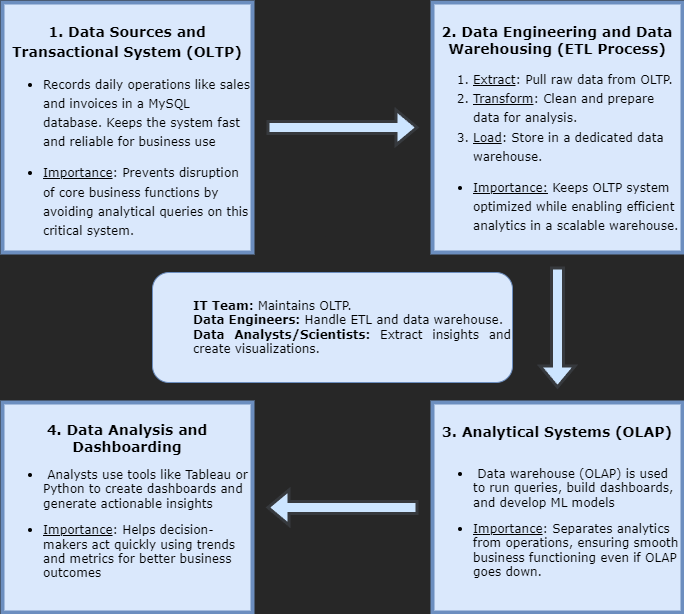
Above: Documentation/Untitled Diagram.drawio.png in amruth38/AtliQ-Hardware-Tableau-Sales-Analysis (draw.io), before the change. Source tidied: cells renumbered, new cells last; positions are measured from the earlier drawing's top-left corner, leaving out a move shared by most shapes. The source it was exported from:
```xml
<mxGraphModel background="#272727">
  <root>
    <mxCell id="0" />
    <mxCell id="1" parent="0" />
    <mxCell id="2" style="edgeStyle=orthogonalEdgeStyle;rounded=0;jettySize=auto;html=1;shape=flexArrow;fontFamily=Verdana;labelBackgroundColor=none;fontColor=default;strokeWidth=3;fillColor=#cce5ff;strokeColor=#36393d;" parent="1" edge="1" source="8" target="3">
      <mxGeometry relative="1" as="geometry" />
    </mxCell>
    <mxCell id="3" value="&lt;div style=&quot;&quot;&gt;&lt;b&gt;&lt;font style=&quot;font-size: 14px;&quot;&gt;4. Data Analysis and Dashboarding&lt;/font&gt;&lt;/b&gt;&lt;/div&gt;&lt;div style=&quot;&quot;&gt;&lt;ul&gt;&lt;li style=&quot;text-align: left;&quot;&gt;&amp;nbsp;Analysts use tools like Tableau or Python to create dashboards and generate actionable insights&lt;/li&gt;&lt;/ul&gt;&lt;ul&gt;&lt;li style=&quot;text-align: left;&quot;&gt;&lt;u&gt;Importance&lt;/u&gt;: Helps decision-makers act quickly using trends and metrics for better business outcomes&lt;/li&gt;&lt;/ul&gt;&lt;/div&gt;" style="rounded=0;whiteSpace=wrap;html=1;fontFamily=Verdana;labelBackgroundColor=none;strokeWidth=4;perimeterSpacing=14;fillColor=#dae8fc;strokeColor=#6c8ebf;direction=west;" parent="1" vertex="1">
      <mxGeometry y="400" width="250" height="210" as="geometry" />
    </mxCell>
    <mxCell id="4" style="edgeStyle=orthogonalEdgeStyle;rounded=0;jettySize=auto;html=1;endArrow=classic;endFill=1;shape=flexArrow;fontFamily=Verdana;labelBackgroundColor=none;fontColor=default;strokeWidth=3;fillColor=#cce5ff;strokeColor=#36393d;" parent="1" edge="1" source="5" target="7">
      <mxGeometry relative="1" as="geometry" />
    </mxCell>
    <mxCell id="5" value="&lt;div style=&quot;line-height: 160%;&quot;&gt;&lt;span style=&quot;background-color: initial;&quot;&gt;&lt;br&gt;&lt;/span&gt;&lt;/div&gt;&lt;div style=&quot;line-height: 160%;&quot;&gt;&lt;span style=&quot;background-color: initial;&quot;&gt;&lt;b&gt;&lt;font style=&quot;font-size: 14px;&quot;&gt;1. Data Sources and Transactional System (OLTP)&lt;/font&gt;&lt;/b&gt;&lt;/span&gt;&lt;/div&gt;&lt;div style=&quot;line-height: 160%;&quot;&gt;&lt;ul&gt;&lt;li style=&quot;text-align: left;&quot;&gt;&lt;span style=&quot;background-color: initial;&quot;&gt;Records daily operations like sales and invoices in a MySQL database. Keeps the system fast and reliable for business use&lt;/span&gt;&lt;/li&gt;&lt;/ul&gt;&lt;ul&gt;&lt;li style=&quot;text-align: left;&quot;&gt;&lt;u&gt;Importance&lt;/u&gt;: Prevents disruption of core business functions by avoiding analytical queries on this critical system.&lt;/li&gt;&lt;/ul&gt;&lt;/div&gt;" style="rounded=0;whiteSpace=wrap;html=1;fontFamily=Verdana;labelBackgroundColor=none;strokeWidth=4;perimeterSpacing=14;fillColor=#dae8fc;strokeColor=#6c8ebf;rotation=0;" parent="1" vertex="1">
      <mxGeometry width="250" height="250" as="geometry" />
    </mxCell>
    <mxCell id="6" style="edgeStyle=orthogonalEdgeStyle;rounded=0;jettySize=auto;html=1;shape=flexArrow;fontFamily=Verdana;labelBackgroundColor=none;fontColor=default;labelBorderColor=default;strokeWidth=3;fillColor=#cce5ff;strokeColor=#36393d;" parent="1" edge="1" source="7" target="8">
      <mxGeometry relative="1" as="geometry" />
    </mxCell>
    <mxCell id="7" value="&lt;div style=&quot;&quot;&gt;&lt;b&gt;&lt;font style=&quot;font-size: 14px;&quot;&gt;&lt;br&gt;&lt;/font&gt;&lt;/b&gt;&lt;/div&gt;&lt;div style=&quot;&quot;&gt;&lt;b&gt;&lt;font style=&quot;font-size: 14px;&quot;&gt;2. Data Engineering and Data Warehousing (ETL Process)&lt;/font&gt;&lt;/b&gt;&lt;/div&gt;&lt;div style=&quot;line-height: 160%;&quot;&gt;&lt;ol&gt;&lt;li style=&quot;text-align: left;&quot;&gt;&lt;u style=&quot;background-color: initial;&quot;&gt;Extract&lt;/u&gt;&lt;span style=&quot;background-color: initial;&quot;&gt;: Pull raw data from OLTP.&lt;/span&gt;&lt;/li&gt;&lt;li style=&quot;text-align: left;&quot;&gt;&lt;u style=&quot;background-color: initial;&quot;&gt;Transform&lt;/u&gt;&lt;span style=&quot;background-color: initial;&quot;&gt;: Clean and prepare data for analysis.&amp;nbsp;&lt;/span&gt;&lt;/li&gt;&lt;li style=&quot;text-align: left;&quot;&gt;&lt;u style=&quot;background-color: initial;&quot;&gt;Load&lt;/u&gt;&lt;span style=&quot;background-color: initial;&quot;&gt;: Store in a dedicated data warehouse.&lt;/span&gt;&lt;/li&gt;&lt;/ol&gt;&lt;ul&gt;&lt;li style=&quot;text-align: left;&quot;&gt;&lt;u&gt;Importance:&lt;/u&gt;&amp;nbsp;Keeps OLTP system optimized while enabling efficient analytics in a scalable warehouse.&lt;br&gt;&lt;/li&gt;&lt;/ul&gt;&lt;/div&gt;" style="rounded=0;whiteSpace=wrap;html=1;fontFamily=Verdana;labelBackgroundColor=none;strokeWidth=4;perimeterSpacing=14;fillColor=#dae8fc;strokeColor=#6c8ebf;" parent="1" vertex="1">
      <mxGeometry x="430" width="250" height="250" as="geometry" />
    </mxCell>
    <mxCell id="8" value="&lt;div style=&quot;&quot;&gt;&lt;span style=&quot;background-color: initial;&quot;&gt;&lt;b&gt;&lt;font style=&quot;font-size: 14px;&quot;&gt;3. Analytical Systems (OLAP)&lt;/font&gt;&lt;/b&gt;&lt;/span&gt;&lt;/div&gt;&lt;div style=&quot;&quot;&gt;&lt;br&gt;&lt;/div&gt;&lt;div style=&quot;&quot;&gt;&lt;ul&gt;&lt;li style=&quot;text-align: left;&quot;&gt;&amp;nbsp;Data warehouse (OLAP) is used to run queries, build dashboards, and develop ML models&lt;/li&gt;&lt;/ul&gt;&lt;ul&gt;&lt;li style=&quot;text-align: left;&quot;&gt;&lt;u&gt;Importance&lt;/u&gt;: Separates analytics from operations, ensuring smooth business functioning even if OLAP goes down.&lt;/li&gt;&lt;/ul&gt;&lt;/div&gt;" style="rounded=0;whiteSpace=wrap;html=1;fontFamily=Verdana;labelBackgroundColor=none;strokeWidth=4;perimeterSpacing=14;fillColor=#dae8fc;strokeColor=#6c8ebf;" parent="1" vertex="1">
      <mxGeometry x="430" y="400" width="250" height="210" as="geometry" />
    </mxCell>
    <mxCell id="9" value="&lt;blockquote style=&quot;margin: 0 0 0 40px; border: none; padding: 0px;&quot;&gt;&lt;div style=&quot;text-align: justify;&quot;&gt;&lt;strong style=&quot;background-color: initial; font-family: Verdana;&quot;&gt;IT Team:&lt;/strong&gt;&lt;span style=&quot;background-color: initial; font-family: Verdana;&quot;&gt;&amp;nbsp;Maintains OLTP.&lt;/span&gt;&lt;/div&gt;&lt;strong style=&quot;background-color: initial; font-family: Verdana;&quot;&gt;&lt;div style=&quot;text-align: justify;&quot;&gt;&lt;strong style=&quot;background-color: initial;&quot;&gt;Data Engineers:&lt;/strong&gt;&lt;span style=&quot;background-color: initial; font-weight: normal;&quot;&gt;&amp;nbsp;Handle ETL and data warehouse.&lt;/span&gt;&lt;/div&gt;&lt;/strong&gt;&lt;strong style=&quot;font-family: Verdana; background-color: initial;&quot;&gt;&lt;div style=&quot;text-align: justify;&quot;&gt;&lt;strong style=&quot;background-color: initial;&quot;&gt;Data Analysts/Scientists:&lt;/strong&gt;&lt;span style=&quot;background-color: initial; font-weight: normal;&quot;&gt;&amp;nbsp;Extract insights and create visualizations.&lt;/span&gt;&lt;/div&gt;&lt;/strong&gt;&lt;/blockquote&gt;" style="rounded=1;whiteSpace=wrap;html=1;align=center;labelBackgroundColor=none;fillColor=#dae8fc;strokeColor=#6c8ebf;" parent="1" vertex="1">
      <mxGeometry x="150" y="270" width="360" height="110" as="geometry" />
    </mxCell>
  </root>
</mxGraphModel>
```
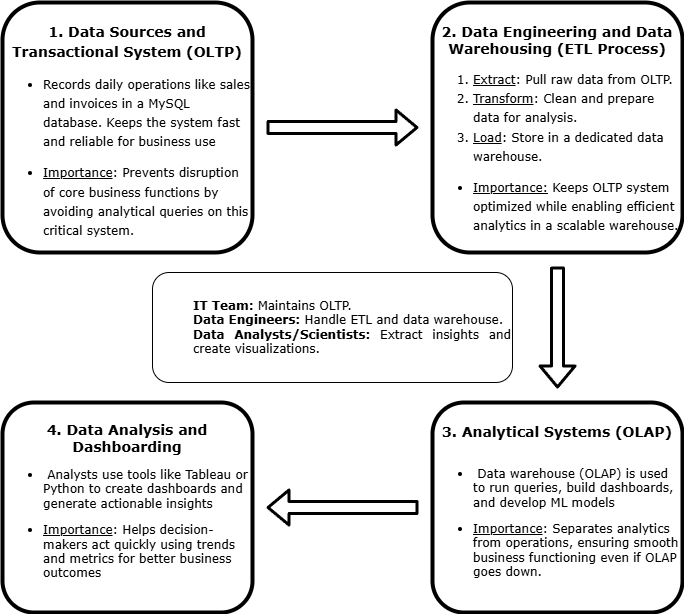
Later version of the same file.

The edit, as a diff of the source:
```diff
@@ -1,29 +1,29 @@
-<mxGraphModel background="#272727">
+<mxGraphModel background="#ffffff">
   <root>
     <mxCell id="0" />
     <mxCell id="1" parent="0" />
-    <mxCell id="2" style="edgeStyle=orthogonalEdgeStyle;rounded=0;jettySize=auto;html=1;shape=flexArrow;fontFamily=Verdana;labelBackgroundColor=none;fontColor=default;strokeWidth=3;fillColor=#cce5ff;strokeColor=#36393d;" parent="1" edge="1" source="8" target="3">
+    <mxCell id="2" style="edgeStyle=orthogonalEdgeStyle;rounded=1;jettySize=auto;html=1;shape=flexArrow;fontFamily=Verdana;labelBackgroundColor=none;fontColor=default;strokeWidth=3;" parent="1" edge="1" source="8" target="3">
       <mxGeometry relative="1" as="geometry" />
     </mxCell>
-    <mxCell id="3" value="&lt;div style=&quot;&quot;&gt;&lt;b&gt;&lt;font style=&quot;font-size: 14px;&quot;&gt;4. Data Analysis and Dashboarding&lt;/font&gt;&lt;/b&gt;&lt;/div&gt;&lt;div style=&quot;&quot;&gt;&lt;ul&gt;&lt;li style=&quot;text-align: left;&quot;&gt;&amp;nbsp;Analysts use tools like Tableau or Python to create dashboards and generate actionable insights&lt;/li&gt;&lt;/ul&gt;&lt;ul&gt;&lt;li style=&quot;text-align: left;&quot;&gt;&lt;u&gt;Importance&lt;/u&gt;: Helps decision-makers act quickly using trends and metrics for better business outcomes&lt;/li&gt;&lt;/ul&gt;&lt;/div&gt;" style="rounded=0;whiteSpace=wrap;html=1;fontFamily=Verdana;labelBackgroundColor=none;strokeWidth=4;perimeterSpacing=14;fillColor=#dae8fc;strokeColor=#6c8ebf;direction=west;" parent="1" vertex="1">
+    <mxCell id="3" value="&lt;div style=&quot;&quot;&gt;&lt;b&gt;&lt;font style=&quot;font-size: 14px;&quot;&gt;4. Data Analysis and Dashboarding&lt;/font&gt;&lt;/b&gt;&lt;/div&gt;&lt;div style=&quot;&quot;&gt;&lt;ul&gt;&lt;li style=&quot;text-align: left;&quot;&gt;&amp;nbsp;Analysts use tools like Tableau or Python to create dashboards and generate actionable insights&lt;/li&gt;&lt;/ul&gt;&lt;ul&gt;&lt;li style=&quot;text-align: left;&quot;&gt;&lt;u&gt;Importance&lt;/u&gt;: Helps decision-makers act quickly using trends and metrics for better business outcomes&lt;/li&gt;&lt;/ul&gt;&lt;/div&gt;" style="rounded=1;whiteSpace=wrap;html=1;fontFamily=Verdana;labelBackgroundColor=none;strokeWidth=4;perimeterSpacing=14;direction=west;" parent="1" vertex="1">
       <mxGeometry y="400" width="250" height="210" as="geometry" />
     </mxCell>
-    <mxCell id="4" style="edgeStyle=orthogonalEdgeStyle;rounded=0;jettySize=auto;html=1;endArrow=classic;endFill=1;shape=flexArrow;fontFamily=Verdana;labelBackgroundColor=none;fontColor=default;strokeWidth=3;fillColor=#cce5ff;strokeColor=#36393d;" parent="1" edge="1" source="5" target="7">
+    <mxCell id="4" style="edgeStyle=orthogonalEdgeStyle;rounded=1;jettySize=auto;html=1;endArrow=classic;endFill=1;shape=flexArrow;fontFamily=Verdana;labelBackgroundColor=none;fontColor=default;strokeWidth=3;" parent="1" edge="1" source="5" target="7">
       <mxGeometry relative="1" as="geometry" />
     </mxCell>
-    <mxCell id="5" value="&lt;div style=&quot;line-height: 160%;&quot;&gt;&lt;span style=&quot;background-color: initial;&quot;&gt;&lt;br&gt;&lt;/span&gt;&lt;/div&gt;&lt;div style=&quot;line-height: 160%;&quot;&gt;&lt;span style=&quot;background-color: initial;&quot;&gt;&lt;b&gt;&lt;font style=&quot;font-size: 14px;&quot;&gt;1. Data Sources and Transactional System (OLTP)&lt;/font&gt;&lt;/b&gt;&lt;/span&gt;&lt;/div&gt;&lt;div style=&quot;line-height: 160%;&quot;&gt;&lt;ul&gt;&lt;li style=&quot;text-align: left;&quot;&gt;&lt;span style=&quot;background-color: initial;&quot;&gt;Records daily operations like sales and invoices in a MySQL database. Keeps the system fast and reliable for business use&lt;/span&gt;&lt;/li&gt;&lt;/ul&gt;&lt;ul&gt;&lt;li style=&quot;text-align: left;&quot;&gt;&lt;u&gt;Importance&lt;/u&gt;: Prevents disruption of core business functions by avoiding analytical queries on this critical system.&lt;/li&gt;&lt;/ul&gt;&lt;/div&gt;" style="rounded=0;whiteSpace=wrap;html=1;fontFamily=Verdana;labelBackgroundColor=none;strokeWidth=4;perimeterSpacing=14;fillColor=#dae8fc;strokeColor=#6c8ebf;rotation=0;" parent="1" vertex="1">
+    <mxCell id="5" value="&lt;div style=&quot;line-height: 160%;&quot;&gt;&lt;span style=&quot;background-color: initial;&quot;&gt;&lt;br&gt;&lt;/span&gt;&lt;/div&gt;&lt;div style=&quot;line-height: 160%;&quot;&gt;&lt;span style=&quot;background-color: initial;&quot;&gt;&lt;b&gt;&lt;font style=&quot;font-size: 14px;&quot;&gt;1. Data Sources and Transactional System (OLTP)&lt;/font&gt;&lt;/b&gt;&lt;/span&gt;&lt;/div&gt;&lt;div style=&quot;line-height: 160%;&quot;&gt;&lt;ul&gt;&lt;li style=&quot;text-align: left;&quot;&gt;&lt;span style=&quot;background-color: initial;&quot;&gt;Records daily operations like sales and invoices in a MySQL database. Keeps the system fast and reliable for business use&lt;/span&gt;&lt;/li&gt;&lt;/ul&gt;&lt;ul&gt;&lt;li style=&quot;text-align: left;&quot;&gt;&lt;u&gt;Importance&lt;/u&gt;: Prevents disruption of core business functions by avoiding analytical queries on this critical system.&lt;/li&gt;&lt;/ul&gt;&lt;/div&gt;" style="rounded=1;whiteSpace=wrap;html=1;fontFamily=Verdana;labelBackgroundColor=none;strokeWidth=4;perimeterSpacing=14;rotation=0;" parent="1" vertex="1">
       <mxGeometry width="250" height="250" as="geometry" />
     </mxCell>
-    <mxCell id="6" style="edgeStyle=orthogonalEdgeStyle;rounded=0;jettySize=auto;html=1;shape=flexArrow;fontFamily=Verdana;labelBackgroundColor=none;fontColor=default;labelBorderColor=default;strokeWidth=3;fillColor=#cce5ff;strokeColor=#36393d;" parent="1" edge="1" source="7" target="8">
+    <mxCell id="6" style="edgeStyle=orthogonalEdgeStyle;rounded=1;jettySize=auto;html=1;shape=flexArrow;fontFamily=Verdana;labelBackgroundColor=none;fontColor=default;labelBorderColor=default;strokeWidth=3;" parent="1" edge="1" source="7" target="8">
       <mxGeometry relative="1" as="geometry" />
     </mxCell>
-    <mxCell id="7" value="&lt;div style=&quot;&quot;&gt;&lt;b&gt;&lt;font style=&quot;font-size: 14px;&quot;&gt;&lt;br&gt;&lt;/font&gt;&lt;/b&gt;&lt;/div&gt;&lt;div style=&quot;&quot;&gt;&lt;b&gt;&lt;font style=&quot;font-size: 14px;&quot;&gt;2. Data Engineering and Data Warehousing (ETL Process)&lt;/font&gt;&lt;/b&gt;&lt;/div&gt;&lt;div style=&quot;line-height: 160%;&quot;&gt;&lt;ol&gt;&lt;li style=&quot;text-align: left;&quot;&gt;&lt;u style=&quot;background-color: initial;&quot;&gt;Extract&lt;/u&gt;&lt;span style=&quot;background-color: initial;&quot;&gt;: Pull raw data from OLTP.&lt;/span&gt;&lt;/li&gt;&lt;li style=&quot;text-align: left;&quot;&gt;&lt;u style=&quot;background-color: initial;&quot;&gt;Transform&lt;/u&gt;&lt;span style=&quot;background-color: initial;&quot;&gt;: Clean and prepare data for analysis.&amp;nbsp;&lt;/span&gt;&lt;/li&gt;&lt;li style=&quot;text-align: left;&quot;&gt;&lt;u style=&quot;background-color: initial;&quot;&gt;Load&lt;/u&gt;&lt;span style=&quot;background-color: initial;&quot;&gt;: Store in a dedicated data warehouse.&lt;/span&gt;&lt;/li&gt;&lt;/ol&gt;&lt;ul&gt;&lt;li style=&quot;text-align: left;&quot;&gt;&lt;u&gt;Importance:&lt;/u&gt;&amp;nbsp;Keeps OLTP system optimized while enabling efficient analytics in a scalable warehouse.&lt;br&gt;&lt;/li&gt;&lt;/ul&gt;&lt;/div&gt;" style="rounded=0;whiteSpace=wrap;html=1;fontFamily=Verdana;labelBackgroundColor=none;strokeWidth=4;perimeterSpacing=14;fillColor=#dae8fc;strokeColor=#6c8ebf;" parent="1" vertex="1">
+    <mxCell id="7" value="&lt;div style=&quot;&quot;&gt;&lt;b&gt;&lt;font style=&quot;font-size: 14px;&quot;&gt;&lt;br&gt;&lt;/font&gt;&lt;/b&gt;&lt;/div&gt;&lt;div style=&quot;&quot;&gt;&lt;b&gt;&lt;font style=&quot;font-size: 14px;&quot;&gt;2. Data Engineering and Data Warehousing (ETL Process)&lt;/font&gt;&lt;/b&gt;&lt;/div&gt;&lt;div style=&quot;line-height: 160%;&quot;&gt;&lt;ol&gt;&lt;li style=&quot;text-align: left;&quot;&gt;&lt;u style=&quot;background-color: initial;&quot;&gt;Extract&lt;/u&gt;&lt;span style=&quot;background-color: initial;&quot;&gt;: Pull raw data from OLTP.&lt;/span&gt;&lt;/li&gt;&lt;li style=&quot;text-align: left;&quot;&gt;&lt;u style=&quot;background-color: initial;&quot;&gt;Transform&lt;/u&gt;&lt;span style=&quot;background-color: initial;&quot;&gt;: Clean and prepare data for analysis.&amp;nbsp;&lt;/span&gt;&lt;/li&gt;&lt;li style=&quot;text-align: left;&quot;&gt;&lt;u style=&quot;background-color: initial;&quot;&gt;Load&lt;/u&gt;&lt;span style=&quot;background-color: initial;&quot;&gt;: Store in a dedicated data warehouse.&lt;/span&gt;&lt;/li&gt;&lt;/ol&gt;&lt;ul&gt;&lt;li style=&quot;text-align: left;&quot;&gt;&lt;u&gt;Importance:&lt;/u&gt;&amp;nbsp;Keeps OLTP system optimized while enabling efficient analytics in a scalable warehouse.&lt;br&gt;&lt;/li&gt;&lt;/ul&gt;&lt;/div&gt;" style="rounded=1;whiteSpace=wrap;html=1;fontFamily=Verdana;labelBackgroundColor=none;strokeWidth=4;perimeterSpacing=14;" parent="1" vertex="1">
       <mxGeometry x="430" width="250" height="250" as="geometry" />
     </mxCell>
-    <mxCell id="8" value="&lt;div style=&quot;&quot;&gt;&lt;span style=&quot;background-color: initial;&quot;&gt;&lt;b&gt;&lt;font style=&quot;font-size: 14px;&quot;&gt;3. Analytical Systems (OLAP)&lt;/font&gt;&lt;/b&gt;&lt;/span&gt;&lt;/div&gt;&lt;div style=&quot;&quot;&gt;&lt;br&gt;&lt;/div&gt;&lt;div style=&quot;&quot;&gt;&lt;ul&gt;&lt;li style=&quot;text-align: left;&quot;&gt;&amp;nbsp;Data warehouse (OLAP) is used to run queries, build dashboards, and develop ML models&lt;/li&gt;&lt;/ul&gt;&lt;ul&gt;&lt;li style=&quot;text-align: left;&quot;&gt;&lt;u&gt;Importance&lt;/u&gt;: Separates analytics from operations, ensuring smooth business functioning even if OLAP goes down.&lt;/li&gt;&lt;/ul&gt;&lt;/div&gt;" style="rounded=0;whiteSpace=wrap;html=1;fontFamily=Verdana;labelBackgroundColor=none;strokeWidth=4;perimeterSpacing=14;fillColor=#dae8fc;strokeColor=#6c8ebf;" parent="1" vertex="1">
+    <mxCell id="8" value="&lt;div style=&quot;&quot;&gt;&lt;span style=&quot;background-color: initial;&quot;&gt;&lt;b&gt;&lt;font style=&quot;font-size: 14px;&quot;&gt;3. Analytical Systems (OLAP)&lt;/font&gt;&lt;/b&gt;&lt;/span&gt;&lt;/div&gt;&lt;div style=&quot;&quot;&gt;&lt;br&gt;&lt;/div&gt;&lt;div style=&quot;&quot;&gt;&lt;ul&gt;&lt;li style=&quot;text-align: left;&quot;&gt;&amp;nbsp;Data warehouse (OLAP) is used to run queries, build dashboards, and develop ML models&lt;/li&gt;&lt;/ul&gt;&lt;ul&gt;&lt;li style=&quot;text-align: left;&quot;&gt;&lt;u&gt;Importance&lt;/u&gt;: Separates analytics from operations, ensuring smooth business functioning even if OLAP goes down.&lt;/li&gt;&lt;/ul&gt;&lt;/div&gt;" style="rounded=1;whiteSpace=wrap;html=1;fontFamily=Verdana;labelBackgroundColor=none;strokeWidth=4;perimeterSpacing=14;" parent="1" vertex="1">
       <mxGeometry x="430" y="400" width="250" height="210" as="geometry" />
     </mxCell>
-    <mxCell id="9" value="&lt;blockquote style=&quot;margin: 0 0 0 40px; border: none; padding: 0px;&quot;&gt;&lt;div style=&quot;text-align: justify;&quot;&gt;&lt;strong style=&quot;background-color: initial; font-family: Verdana;&quot;&gt;IT Team:&lt;/strong&gt;&lt;span style=&quot;background-color: initial; font-family: Verdana;&quot;&gt;&amp;nbsp;Maintains OLTP.&lt;/span&gt;&lt;/div&gt;&lt;strong style=&quot;background-color: initial; font-family: Verdana;&quot;&gt;&lt;div style=&quot;text-align: justify;&quot;&gt;&lt;strong style=&quot;background-color: initial;&quot;&gt;Data Engineers:&lt;/strong&gt;&lt;span style=&quot;background-color: initial; font-weight: normal;&quot;&gt;&amp;nbsp;Handle ETL and data warehouse.&lt;/span&gt;&lt;/div&gt;&lt;/strong&gt;&lt;strong style=&quot;font-family: Verdana; background-color: initial;&quot;&gt;&lt;div style=&quot;text-align: justify;&quot;&gt;&lt;strong style=&quot;background-color: initial;&quot;&gt;Data Analysts/Scientists:&lt;/strong&gt;&lt;span style=&quot;background-color: initial; font-weight: normal;&quot;&gt;&amp;nbsp;Extract insights and create visualizations.&lt;/span&gt;&lt;/div&gt;&lt;/strong&gt;&lt;/blockquote&gt;" style="rounded=1;whiteSpace=wrap;html=1;align=center;labelBackgroundColor=none;fillColor=#dae8fc;strokeColor=#6c8ebf;" parent="1" vertex="1">
+    <mxCell id="9" value="&lt;blockquote style=&quot;margin: 0 0 0 40px; border: none; padding: 0px;&quot;&gt;&lt;div style=&quot;text-align: justify;&quot;&gt;&lt;strong style=&quot;background-color: initial; font-family: Verdana;&quot;&gt;IT Team:&lt;/strong&gt;&lt;span style=&quot;background-color: initial; font-family: Verdana;&quot;&gt;&amp;nbsp;Maintains OLTP.&lt;/span&gt;&lt;/div&gt;&lt;strong style=&quot;background-color: initial; font-family: Verdana;&quot;&gt;&lt;div style=&quot;text-align: justify;&quot;&gt;&lt;strong style=&quot;background-color: initial;&quot;&gt;Data Engineers:&lt;/strong&gt;&lt;span style=&quot;background-color: initial; font-weight: normal;&quot;&gt;&amp;nbsp;Handle ETL and data warehouse.&lt;/span&gt;&lt;/div&gt;&lt;/strong&gt;&lt;strong style=&quot;font-family: Verdana; background-color: initial;&quot;&gt;&lt;div style=&quot;text-align: justify;&quot;&gt;&lt;strong style=&quot;background-color: initial;&quot;&gt;Data Analysts/Scientists:&lt;/strong&gt;&lt;span style=&quot;background-color: initial; font-weight: normal;&quot;&gt;&amp;nbsp;Extract insights and create visualizations.&lt;/span&gt;&lt;/div&gt;&lt;/strong&gt;&lt;/blockquote&gt;" style="rounded=1;whiteSpace=wrap;html=1;align=center;labelBackgroundColor=none;" parent="1" vertex="1">
       <mxGeometry x="150" y="270" width="360" height="110" as="geometry" />
     </mxCell>
   </root>
```
